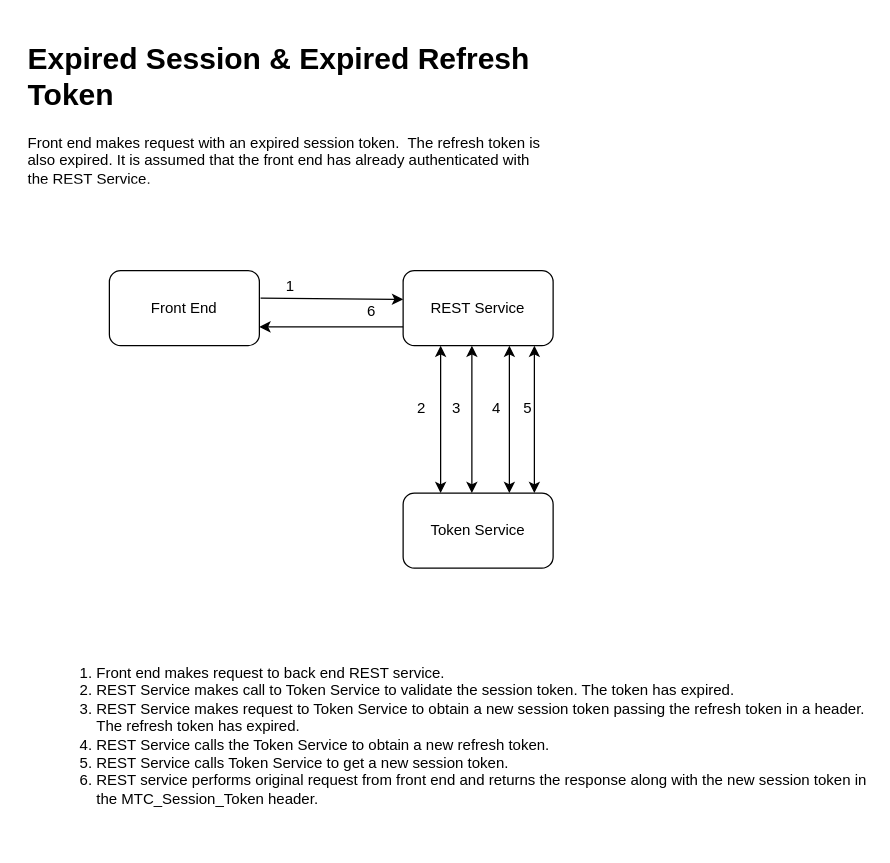
bbarrington42/token-service-flows keeps this draw.io diagram as page "Page-7" (7 of 7) of SessionTokenFlow.drawio. Above is the earlier version. Source tidied: cells renumbered, new cells numbered last; positions are measured from the earlier drawing's top-left corner, leaving out a move shared by most shapes. Both pictures are drawn from the tidied source at 125%, with x=0, y=0 at pixel (21, 34).
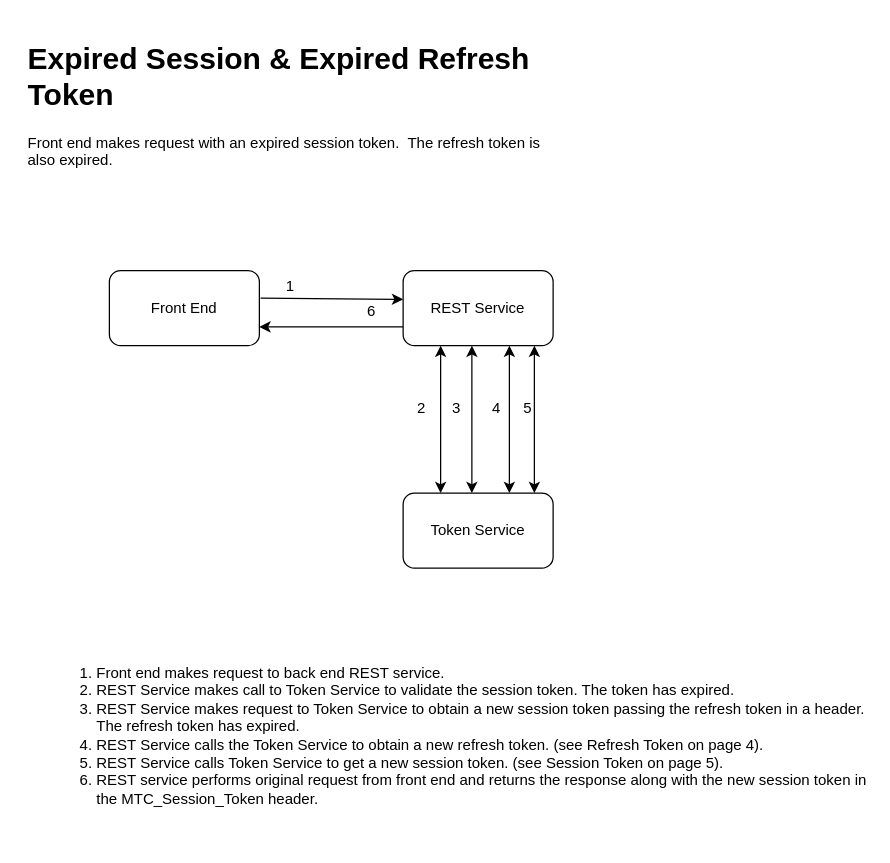
After the change.

What changed in the source:
```diff
@@
-    <mxCell id="2" value="&lt;ol&gt;&lt;li&gt;Front end makes request to back end REST service.&lt;/li&gt;&lt;li&gt;REST Service makes call to Token Service to validate the session token. The token has expired.&lt;/li&gt;&lt;li&gt;REST Service makes request to Token Service to obtain a new session token passing the refresh token in a header. The refresh token has expired.&lt;/li&gt;&lt;li&gt;REST Service calls the Token Service to obtain a new refresh token.&lt;/li&gt;&lt;li&gt;REST Service calls Token Service to get a new session token.&lt;/li&gt;&lt;li&gt;REST service performs original request from front end and returns the response along with the new session token in the MTC_Session_Token header.&amp;nbsp;&lt;/li&gt;&lt;/ol&gt;" style="text;strokeColor=none;fillColor=none;html=1;whiteSpace=wrap;verticalAlign=middle;overflow=hidden;" parent="1" vertex="1">
+    <mxCell id="2" value="&lt;ol&gt;&lt;li&gt;Front end makes request to back end REST service.&lt;/li&gt;&lt;li&gt;REST Service makes call to Token Service to validate the session token. The token has expired.&lt;/li&gt;&lt;li&gt;REST Service makes request to Token Service to obtain a new session token passing the refresh token in a header. The refresh token has expired.&lt;/li&gt;&lt;li&gt;REST Service calls the Token Service to obtain a new refresh token. (see Refresh Token on page 4).&lt;/li&gt;&lt;li&gt;REST Service calls Token Service to get a new session token. (see Session Token on page 5).&lt;/li&gt;&lt;li&gt;REST service performs original request from front end and returns the response along with the new session token in the MTC_Session_Token header.&amp;nbsp;&lt;/li&gt;&lt;/ol&gt;" style="text;strokeColor=none;fillColor=none;html=1;whiteSpace=wrap;verticalAlign=middle;overflow=hidden;" parent="1" vertex="1">
       <mxGeometry x="18" y="476" width="660" height="170" as="geometry" />
     </mxCell>
-    <mxCell id="3" value="&lt;h1&gt;Expired Session &amp;amp; Expired Refresh Token&lt;/h1&gt;&lt;div&gt;Front end makes request with an expired session token.&amp;nbsp; The refresh token is also expired. It is assumed that the front end has already authenticated with the REST Service.&lt;/div&gt;" style="text;html=1;strokeColor=none;fillColor=none;spacing=5;spacingTop=-20;whiteSpace=wrap;overflow=hidden;rounded=0;" parent="1" vertex="1">
+    <mxCell id="3" value="&lt;h1&gt;Expired Session &amp;amp; Expired Refresh Token&lt;/h1&gt;&lt;div&gt;Front end makes request with an expired session token.&amp;nbsp; The refresh token is also expired.&lt;/div&gt;" style="text;html=1;strokeColor=none;fillColor=none;spacing=5;spacingTop=-20;whiteSpace=wrap;overflow=hidden;rounded=0;" parent="1" vertex="1">
       <mxGeometry width="428" height="120" as="geometry" />
     </mxCell>
```
